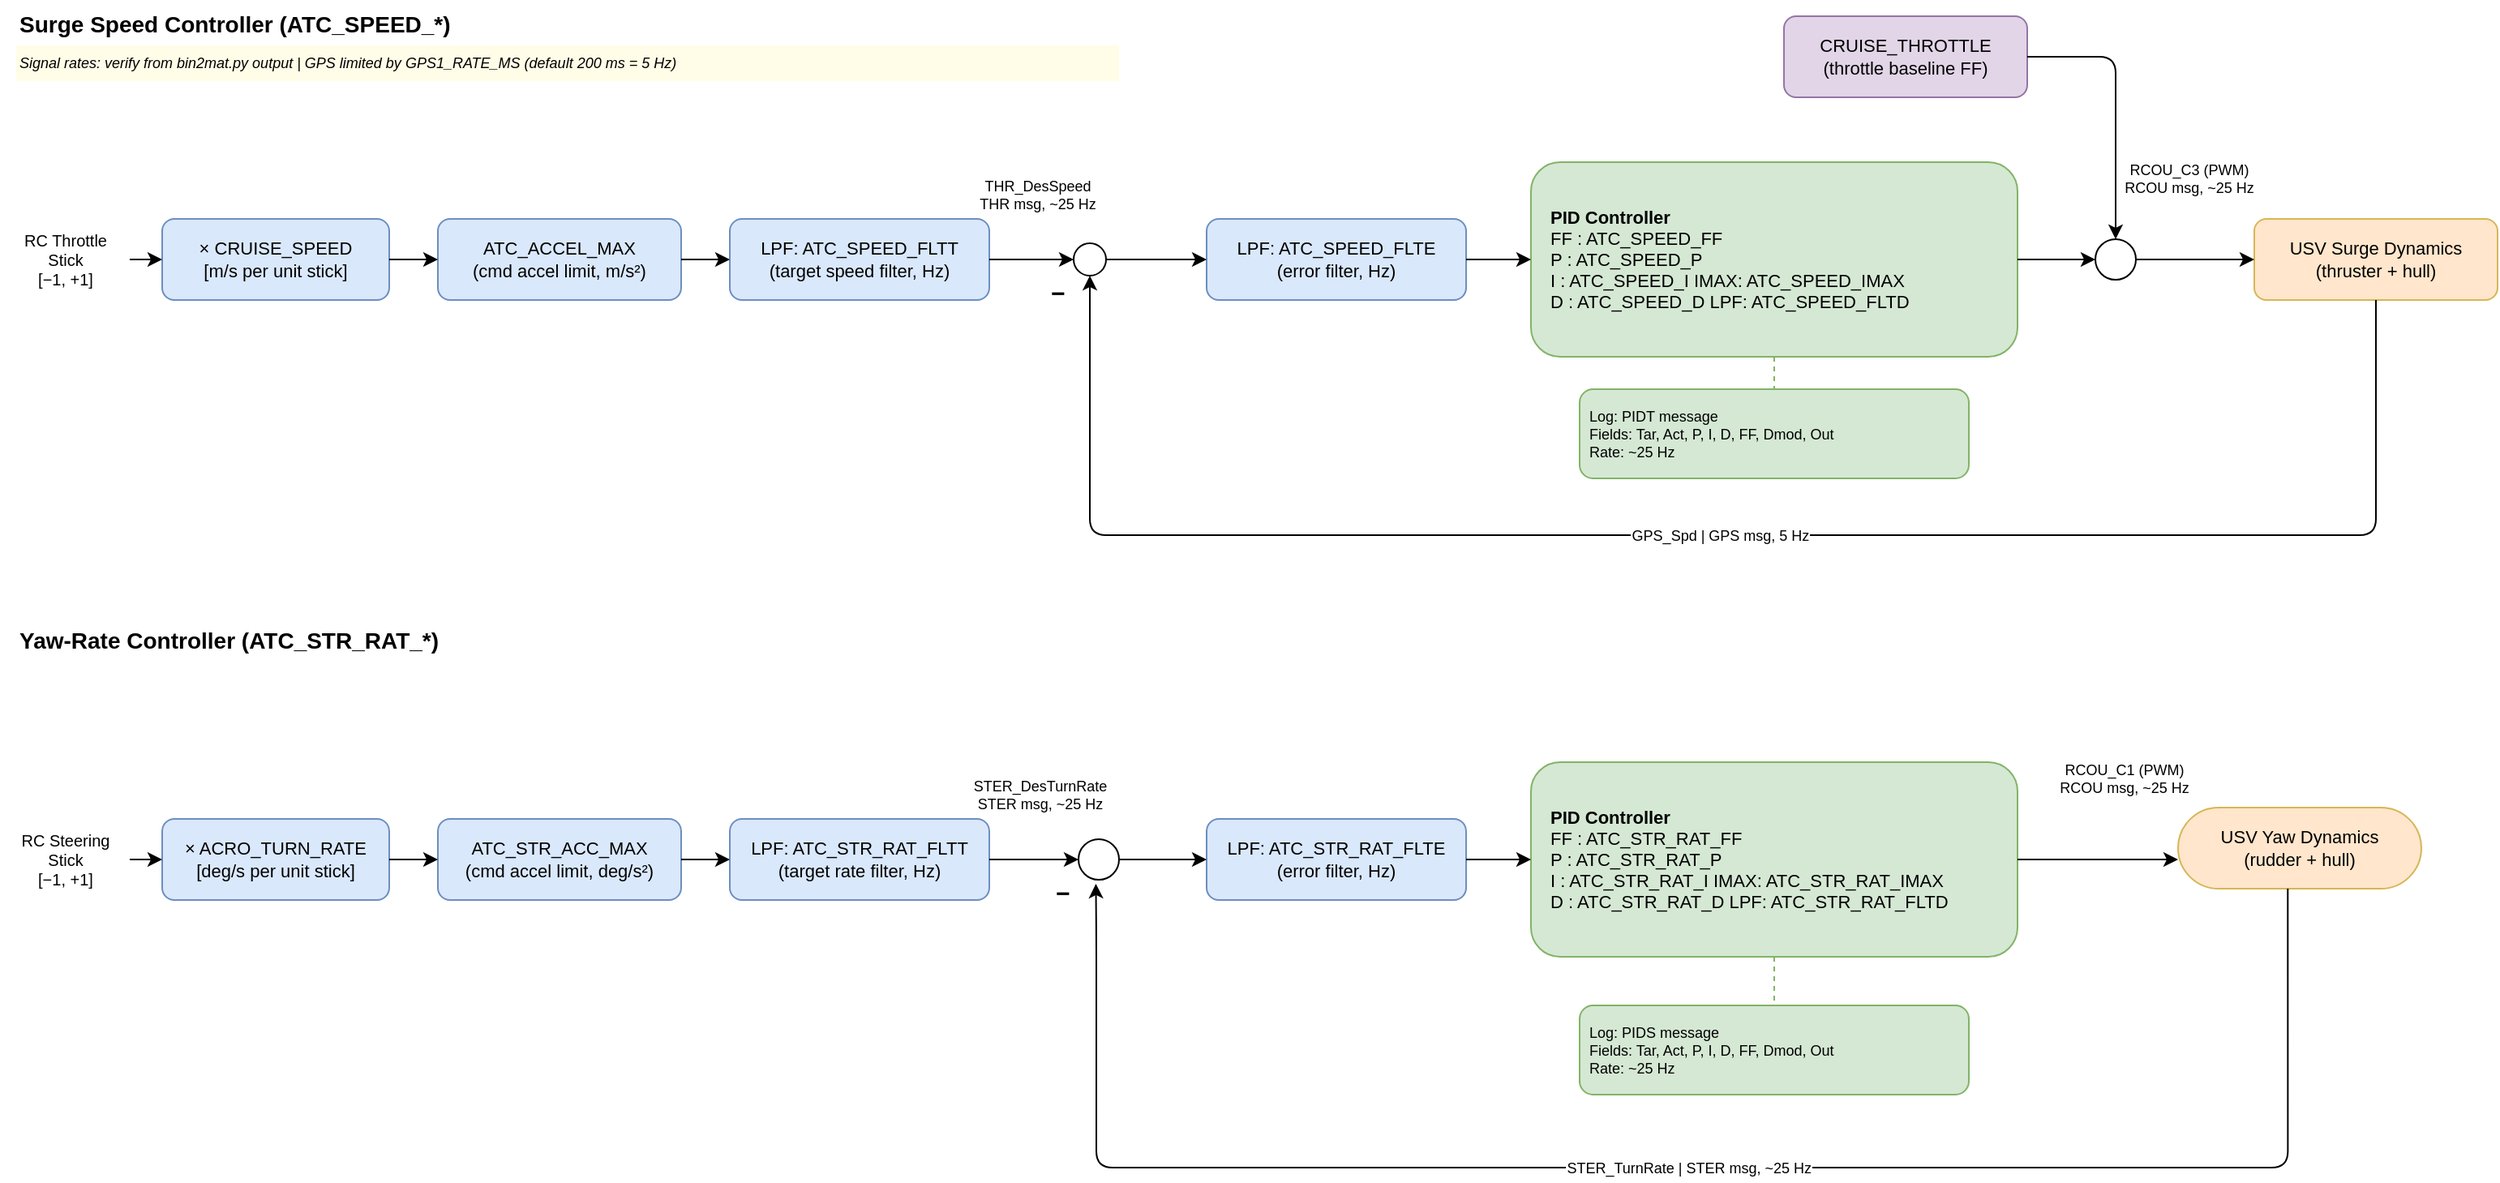
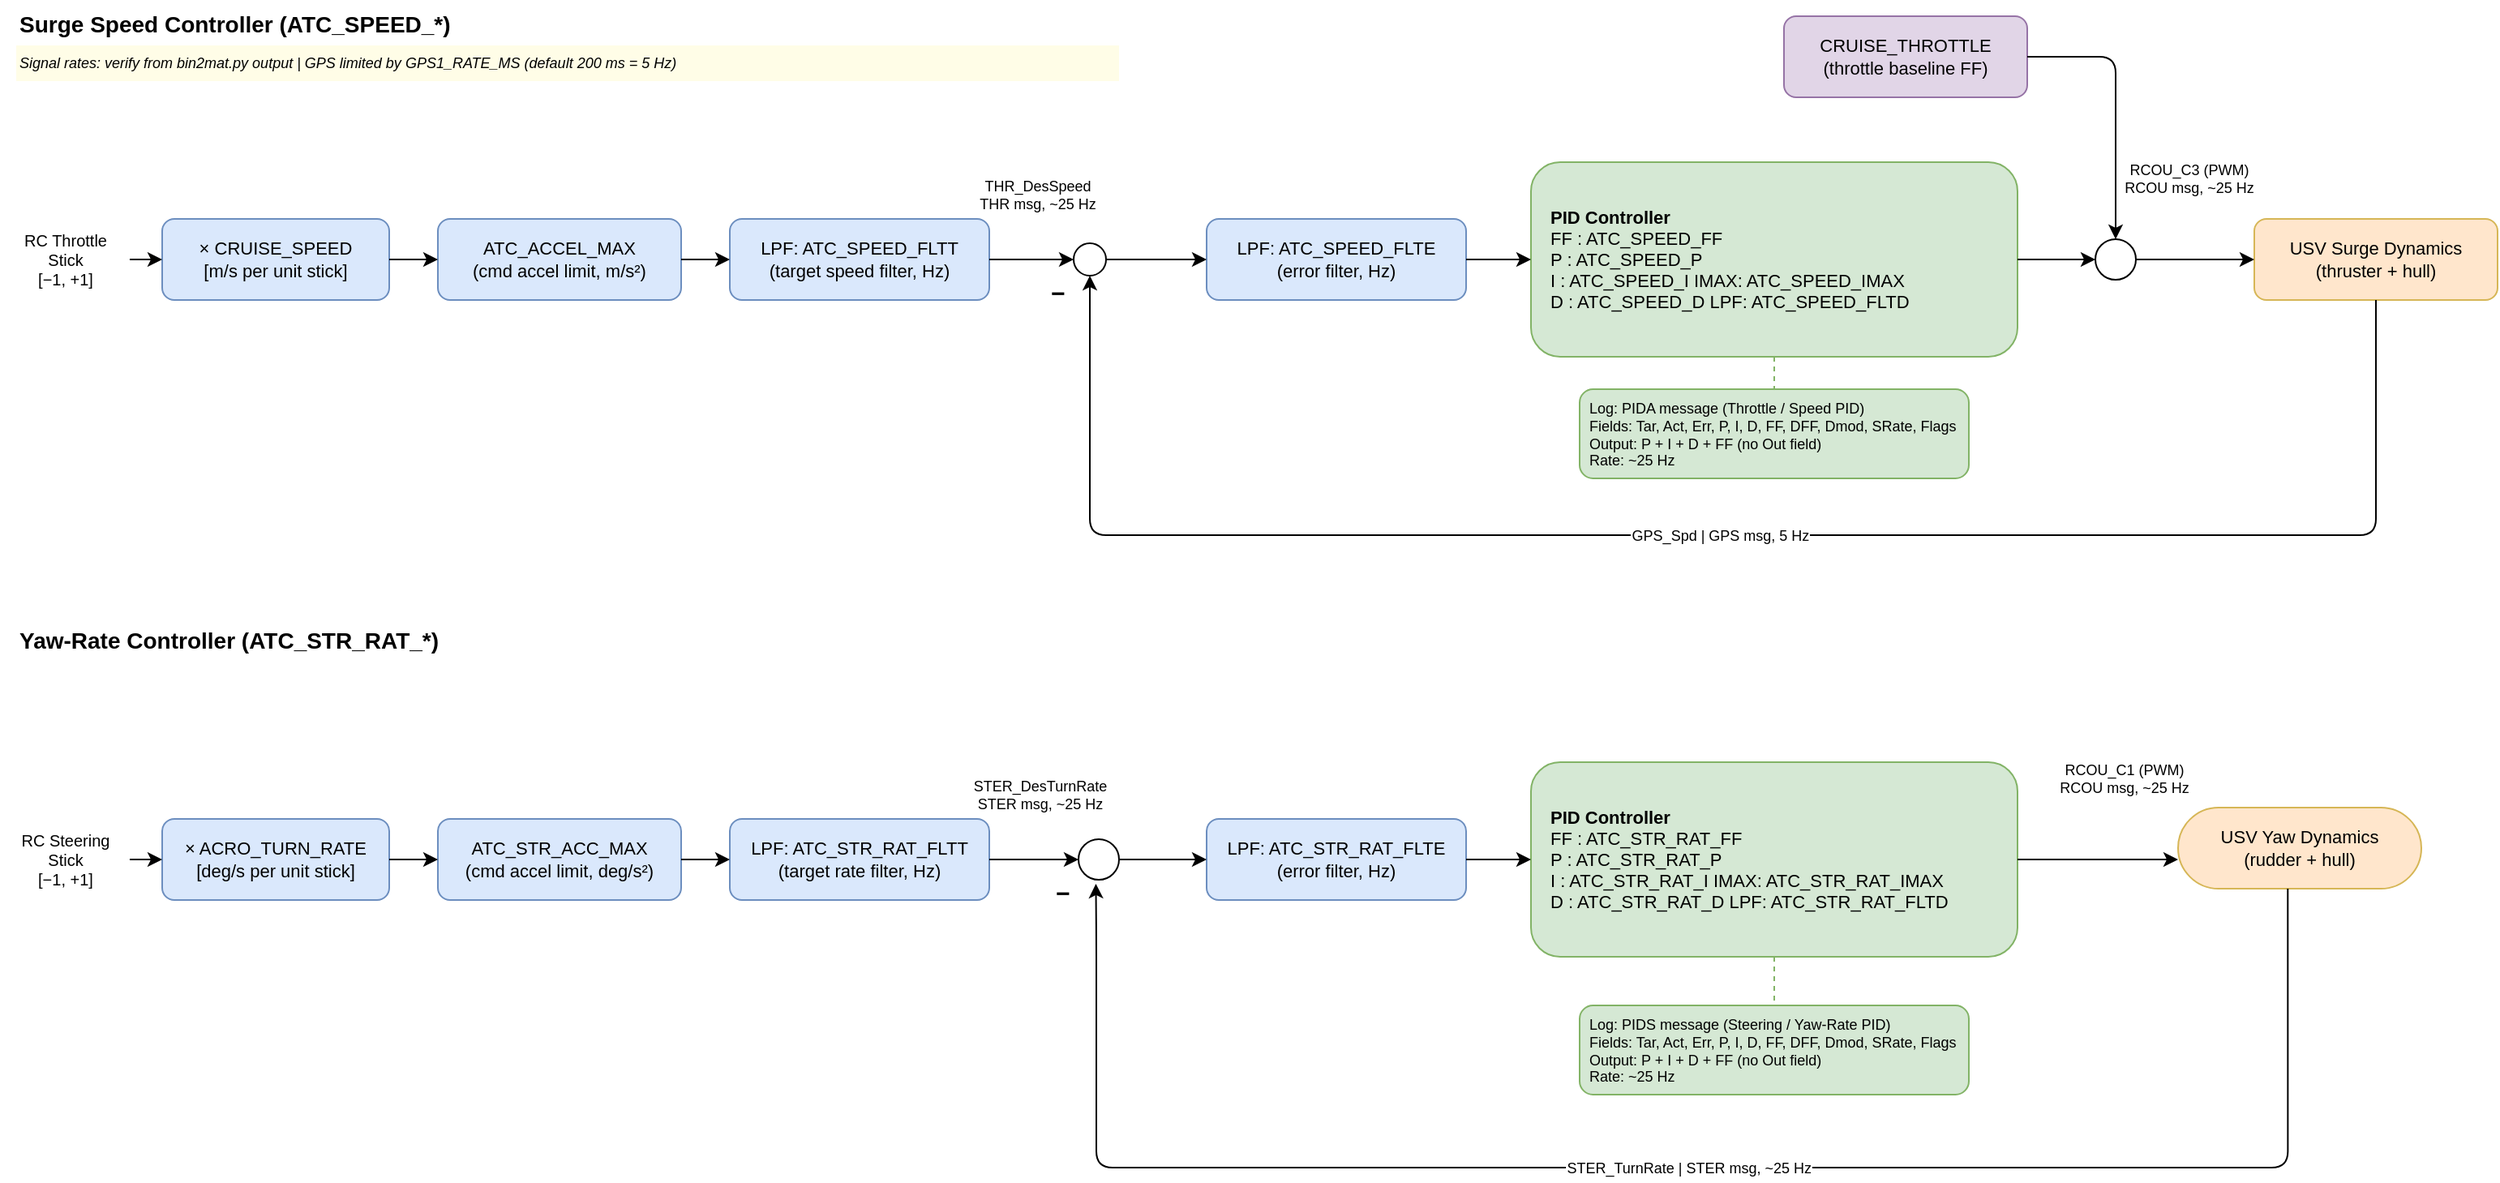
<mxfile host="Electron">
  <diagram name="USV Control Architecture" id="usv-control-arch">
    <mxGraphModel dx="1764" dy="963" grid="1" gridSize="10" guides="1" tooltips="1" connect="1" arrows="1" fold="1" page="1" pageScale="1" pageWidth="1654" pageHeight="1169" math="0" shadow="0">
      <root>
        <mxCell id="0" />
        <mxCell id="1" parent="0" />
        <mxCell id="10" parent="1" style="text;html=1;strokeColor=none;fillColor=none;align=left;verticalAlign=middle;fontSize=14;fontStyle=1;" value="Surge Speed Controller  (ATC_SPEED_*)" vertex="1">
          <mxGeometry height="30" width="450" x="20" y="20" as="geometry" />
        </mxCell>
        <mxCell id="11" parent="1" style="text;html=1;strokeColor=none;fillColor=#fffde7;align=left;verticalAlign=middle;fontSize=9;fontStyle=2;" value="Signal rates: verify from bin2mat.py output  |  GPS limited by GPS1_RATE_MS (default 200 ms = 5 Hz)" vertex="1">
          <mxGeometry height="22" width="680" x="20" y="48" as="geometry" />
        </mxCell>
        <mxCell id="12" parent="1" style="text;html=1;strokeColor=none;fillColor=none;align=center;verticalAlign=middle;fontSize=10;" value="RC Throttle&#xa;Stick&#xa;[−1, +1]" vertex="1">
          <mxGeometry height="64" width="80" x="10" y="148" as="geometry" />
        </mxCell>
        <mxCell id="13" parent="1" style="rounded=1;whiteSpace=wrap;html=1;fillColor=#dae8fc;strokeColor=#6c8ebf;fontSize=11;" value="× CRUISE_SPEED&#xa;[m/s per unit stick]" vertex="1">
          <mxGeometry height="50" width="140" x="110" y="155" as="geometry" />
        </mxCell>
        <mxCell id="14" parent="1" style="rounded=1;whiteSpace=wrap;html=1;fillColor=#dae8fc;strokeColor=#6c8ebf;fontSize=11;" value="ATC_ACCEL_MAX&#xa;(cmd accel limit, m/s²)" vertex="1">
          <mxGeometry height="50" width="150" x="280" y="155" as="geometry" />
        </mxCell>
        <mxCell id="15" parent="1" style="rounded=1;whiteSpace=wrap;html=1;fillColor=#dae8fc;strokeColor=#6c8ebf;fontSize=11;" value="LPF: ATC_SPEED_FLTT&#xa;(target speed filter, Hz)" vertex="1">
          <mxGeometry height="50" width="160" x="460" y="155" as="geometry" />
        </mxCell>
        <mxCell id="16" parent="1" style="ellipse;whiteSpace=wrap;html=1;fillColor=#ffffff;strokeColor=#000000;fontSize=20;fontStyle=1;" value="" vertex="1">
          <mxGeometry height="20" width="20" x="672" y="170" as="geometry" />
        </mxCell>
        <mxCell id="17" parent="1" style="text;html=1;strokeColor=none;fillColor=none;align=center;verticalAlign=top;fontSize=15;fontStyle=1;" value="−" vertex="1">
          <mxGeometry height="20" width="20" x="652" y="185" as="geometry" />
        </mxCell>
        <mxCell id="18" parent="1" style="rounded=1;whiteSpace=wrap;html=1;fillColor=#dae8fc;strokeColor=#6c8ebf;fontSize=11;" value="LPF: ATC_SPEED_FLTE&#xa;(error filter, Hz)" vertex="1">
          <mxGeometry height="50" width="160" x="754" y="155" as="geometry" />
        </mxCell>
        <mxCell id="19" parent="1" style="rounded=1;whiteSpace=wrap;html=1;fillColor=#d5e8d4;strokeColor=#82b366;fontSize=11;align=left;spacingLeft=10;" value="&lt;b&gt;PID Controller&lt;/b&gt;&#xa;FF :  ATC_SPEED_FF&#xa;P   :  ATC_SPEED_P&#xa;I    :  ATC_SPEED_I        IMAX: ATC_SPEED_IMAX&#xa;D   :  ATC_SPEED_D       LPF:  ATC_SPEED_FLTD" vertex="1">
          <mxGeometry height="120" width="300" x="954" y="120" as="geometry" />
        </mxCell>
        <mxCell id="20" parent="1" style="rounded=1;whiteSpace=wrap;html=1;fillColor=#e1d5e7;strokeColor=#9673a6;fontSize=11;" value="CRUISE_THROTTLE&#xa;(throttle baseline FF)" vertex="1">
          <mxGeometry height="50" width="150" x="1110" y="30" as="geometry" />
        </mxCell>
        <mxCell id="21" parent="1" style="ellipse;whiteSpace=wrap;html=1;fillColor=#ffffff;strokeColor=#000000;fontSize=20;fontStyle=1;" value="" vertex="1">
          <mxGeometry height="25" width="25" x="1302" y="167.5" as="geometry" />
        </mxCell>
        <mxCell id="22" parent="1" style="rounded=1;whiteSpace=wrap;html=1;fillColor=#ffe6cc;strokeColor=#d6b656;fontSize=11;" value="USV Surge Dynamics&#xa;(thruster + hull)" vertex="1">
          <mxGeometry height="50" width="150" x="1400" y="155" as="geometry" />
        </mxCell>
-         <mxCell id="23" parent="1" style="rounded=1;whiteSpace=wrap;html=1;fillColor=#d5e8d4;strokeColor=#82b366;fontSize=9;align=left;spacingLeft=4;" value="Log: PIDT message&#xa;Fields: Tar, Act, P, I, D, FF, Dmod, Out&#xa;Rate: ~25 Hz" vertex="1">
+         <mxCell id="23" parent="1" style="rounded=1;whiteSpace=wrap;html=1;fillColor=#d5e8d4;strokeColor=#82b366;fontSize=9;align=left;spacingLeft=4;" value="Log: PIDA message  (Throttle / Speed PID)&#xa;Fields: Tar, Act, Err, P, I, D, FF, DFF, Dmod, SRate, Flags&#xa;Output: P + I + D + FF (no Out field)&#xa;Rate: ~25 Hz" vertex="1">
          <mxGeometry height="55" width="240" x="984" y="260" as="geometry" />
        </mxCell>
        <mxCell id="30" edge="1" parent="1" source="12" style="edgeStyle=orthogonalEdgeStyle;" target="13" value="">
          <mxGeometry relative="1" as="geometry" />
        </mxCell>
        <mxCell id="31" edge="1" parent="1" source="13" style="edgeStyle=orthogonalEdgeStyle;" target="14" value="">
          <mxGeometry relative="1" as="geometry" />
        </mxCell>
        <mxCell id="32" edge="1" parent="1" source="14" style="edgeStyle=orthogonalEdgeStyle;" target="15" value="">
          <mxGeometry relative="1" as="geometry" />
        </mxCell>
        <mxCell id="33" edge="1" parent="1" source="15" style="edgeStyle=orthogonalEdgeStyle;fontSize=9;" target="16" value="THR_DesSpeed&#xa;THR msg, ~25 Hz">
          <mxGeometry relative="1" x="0.1538" y="40" as="geometry">
            <mxPoint as="offset" />
          </mxGeometry>
        </mxCell>
        <mxCell id="34" edge="1" parent="1" source="16" style="edgeStyle=orthogonalEdgeStyle;" target="18" value="">
          <mxGeometry relative="1" as="geometry" />
        </mxCell>
        <mxCell id="35" edge="1" parent="1" source="18" style="edgeStyle=orthogonalEdgeStyle;" target="19" value="">
          <mxGeometry relative="1" as="geometry" />
        </mxCell>
        <mxCell id="36" edge="1" parent="1" source="19" style="edgeStyle=orthogonalEdgeStyle;" target="21" value="">
          <mxGeometry relative="1" as="geometry" />
        </mxCell>
        <mxCell id="37" edge="1" parent="1" source="20" style="edgeStyle=orthogonalEdgeStyle;" target="21" value="">
          <mxGeometry relative="1" as="geometry" />
        </mxCell>
        <mxCell id="38" edge="1" parent="1" source="21" style="edgeStyle=orthogonalEdgeStyle;fontSize=9;" target="22" value="RCOU_C3 (PWM)&#xa;RCOU msg, ~25 Hz">
          <mxGeometry relative="1" x="-0.0959" y="50" as="geometry">
            <mxPoint as="offset" />
          </mxGeometry>
        </mxCell>
        <mxCell id="39" edge="1" parent="1" source="22" style="edgeStyle=orthogonalEdgeStyle;fontSize=9;exitX=0.5;exitY=1;exitDx=0;exitDy=0;entryX=0.5;entryY=1;entryDx=0;entryDy=0;" target="16" value="GPS_Spd  |  GPS msg, 5 Hz">
          <mxGeometry relative="1" as="geometry">
            <Array as="points">
              <mxPoint x="1475" y="350" />
              <mxPoint x="682" y="350" />
            </Array>
          </mxGeometry>
        </mxCell>
        <mxCell id="40" edge="1" parent="1" source="19" style="edgeStyle=none;dashed=1;strokeColor=#82b366;endArrow=none;startArrow=none;" target="23" value="">
          <mxGeometry relative="1" as="geometry" />
        </mxCell>
        <mxCell id="50" parent="1" style="text;html=1;strokeColor=none;fillColor=none;align=left;verticalAlign=middle;fontSize=14;fontStyle=1;" value="Yaw-Rate Controller  (ATC_STR_RAT_*)" vertex="1">
          <mxGeometry height="30" width="450" x="20" y="400" as="geometry" />
        </mxCell>
        <mxCell id="51" parent="1" style="text;html=1;strokeColor=none;fillColor=none;align=center;verticalAlign=middle;fontSize=10;" value="RC Steering&#xa;Stick&#xa;[−1, +1]" vertex="1">
          <mxGeometry height="64" width="80" x="10" y="518" as="geometry" />
        </mxCell>
        <mxCell id="52" parent="1" style="rounded=1;whiteSpace=wrap;html=1;fillColor=#dae8fc;strokeColor=#6c8ebf;fontSize=11;" value="× ACRO_TURN_RATE&#xa;[deg/s per unit stick]" vertex="1">
          <mxGeometry height="50" width="140" x="110" y="525" as="geometry" />
        </mxCell>
        <mxCell id="53" parent="1" style="rounded=1;whiteSpace=wrap;html=1;fillColor=#dae8fc;strokeColor=#6c8ebf;fontSize=11;" value="ATC_STR_ACC_MAX&#xa;(cmd accel limit, deg/s²)" vertex="1">
          <mxGeometry height="50" width="150" x="280" y="525" as="geometry" />
        </mxCell>
        <mxCell id="54" parent="1" style="rounded=1;whiteSpace=wrap;html=1;fillColor=#dae8fc;strokeColor=#6c8ebf;fontSize=11;" value="LPF: ATC_STR_RAT_FLTT&#xa;(target rate filter, Hz)" vertex="1">
          <mxGeometry height="50" width="160" x="460" y="525" as="geometry" />
        </mxCell>
        <mxCell id="55" parent="1" style="ellipse;whiteSpace=wrap;html=1;fillColor=#ffffff;strokeColor=#000000;fontSize=20;fontStyle=1;" value="" vertex="1">
          <mxGeometry height="25" width="25" x="675" y="537.5" as="geometry" />
        </mxCell>
        <mxCell id="56" parent="1" style="text;html=1;strokeColor=none;fillColor=none;align=center;verticalAlign=top;fontSize=15;fontStyle=1;" value="−" vertex="1">
          <mxGeometry height="20" width="20" x="655" y="555" as="geometry" />
        </mxCell>
        <mxCell id="57" parent="1" style="rounded=1;whiteSpace=wrap;html=1;fillColor=#dae8fc;strokeColor=#6c8ebf;fontSize=11;" value="LPF: ATC_STR_RAT_FLTE&#xa;(error filter, Hz)" vertex="1">
          <mxGeometry height="50" width="160" x="754" y="525" as="geometry" />
        </mxCell>
        <mxCell id="58" parent="1" style="rounded=1;whiteSpace=wrap;html=1;fillColor=#d5e8d4;strokeColor=#82b366;fontSize=11;align=left;spacingLeft=10;" value="&lt;b&gt;PID Controller&lt;/b&gt;&#xa;FF :  ATC_STR_RAT_FF&#xa;P   :  ATC_STR_RAT_P&#xa;I    :  ATC_STR_RAT_I        IMAX: ATC_STR_RAT_IMAX&#xa;D   :  ATC_STR_RAT_D       LPF:  ATC_STR_RAT_FLTD" vertex="1">
          <mxGeometry height="120" width="300" x="954" y="490" as="geometry" />
        </mxCell>
        <mxCell id="59" parent="1" style="rounded=1;whiteSpace=wrap;html=1;fillColor=#ffe6cc;strokeColor=#d6b656;fontSize=11;arcSize=50;" value="USV Yaw Dynamics&#xa;(rudder + hull)" vertex="1">
          <mxGeometry height="50" width="150" x="1353" y="518" as="geometry" />
        </mxCell>
-         <mxCell id="60" parent="1" style="rounded=1;whiteSpace=wrap;html=1;fillColor=#d5e8d4;strokeColor=#82b366;fontSize=9;align=left;spacingLeft=4;" value="Log: PIDS message&#xa;Fields: Tar, Act, P, I, D, FF, Dmod, Out&#xa;Rate: ~25 Hz" vertex="1">
+         <mxCell id="60" parent="1" style="rounded=1;whiteSpace=wrap;html=1;fillColor=#d5e8d4;strokeColor=#82b366;fontSize=9;align=left;spacingLeft=4;" value="Log: PIDS message  (Steering / Yaw-Rate PID)&#xa;Fields: Tar, Act, Err, P, I, D, FF, DFF, Dmod, SRate, Flags&#xa;Output: P + I + D + FF (no Out field)&#xa;Rate: ~25 Hz" vertex="1">
          <mxGeometry height="55" width="240" x="984" y="640" as="geometry" />
        </mxCell>
        <mxCell id="70" edge="1" parent="1" source="51" style="edgeStyle=orthogonalEdgeStyle;" target="52" value="">
          <mxGeometry relative="1" as="geometry" />
        </mxCell>
        <mxCell id="71" edge="1" parent="1" source="52" style="edgeStyle=orthogonalEdgeStyle;" target="53" value="">
          <mxGeometry relative="1" as="geometry" />
        </mxCell>
        <mxCell id="72" edge="1" parent="1" source="53" style="edgeStyle=orthogonalEdgeStyle;" target="54" value="">
          <mxGeometry relative="1" as="geometry" />
        </mxCell>
        <mxCell id="73" edge="1" parent="1" source="54" style="edgeStyle=orthogonalEdgeStyle;fontSize=9;" target="55" value="STER_DesTurnRate&#xa;STER msg, ~25 Hz">
          <mxGeometry relative="1" x="0.1538" y="40" as="geometry">
            <mxPoint as="offset" />
          </mxGeometry>
        </mxCell>
        <mxCell id="74" edge="1" parent="1" source="55" style="edgeStyle=orthogonalEdgeStyle;" target="57" value="">
          <mxGeometry relative="1" as="geometry" />
        </mxCell>
        <mxCell id="75" edge="1" parent="1" source="57" style="edgeStyle=orthogonalEdgeStyle;" target="58" value="">
          <mxGeometry relative="1" as="geometry" />
        </mxCell>
        <mxCell id="76" edge="1" parent="1" source="58" style="edgeStyle=orthogonalEdgeStyle;fontSize=9;" target="59" value="RCOU_C1 (PWM)&#xa;RCOU msg, ~25 Hz">
          <mxGeometry relative="1" x="0.3333" y="50" as="geometry">
            <mxPoint as="offset" />
            <Array as="points">
              <mxPoint x="1380" y="550" />
              <mxPoint x="1380" y="550" />
            </Array>
          </mxGeometry>
        </mxCell>
        <mxCell id="77" edge="1" parent="1" source="59" style="edgeStyle=orthogonalEdgeStyle;fontSize=9;exitX=0.451;exitY=1.001;exitDx=0;exitDy=0;exitPerimeter=0;entryX=0.429;entryY=1.099;entryDx=0;entryDy=0;entryPerimeter=0;" target="55" value="STER_TurnRate  |  STER msg, ~25 Hz">
          <mxGeometry relative="1" as="geometry">
            <Array as="points">
              <mxPoint x="1421" y="740" />
              <mxPoint x="686" y="740" />
              <mxPoint x="686" y="600" />
            </Array>
            <mxPoint x="1460" y="568" as="sourcePoint" />
            <mxPoint x="697" y="600" as="targetPoint" />
          </mxGeometry>
        </mxCell>
        <mxCell id="78" edge="1" parent="1" source="58" style="edgeStyle=none;dashed=1;strokeColor=#82b366;endArrow=none;startArrow=none;" target="60" value="">
          <mxGeometry relative="1" as="geometry" />
        </mxCell>
        <mxCell id="ErFI3WnD5XGcJGhHysFP-79" edge="1" parent="1" source="19" style="edgeStyle=orthogonalEdgeStyle;rounded=0;orthogonalLoop=1;jettySize=auto;html=1;exitX=0.5;exitY=1;exitDx=0;exitDy=0;" target="19">
          <mxGeometry relative="1" as="geometry" />
        </mxCell>
      </root>
    </mxGraphModel>
  </diagram>
</mxfile>
